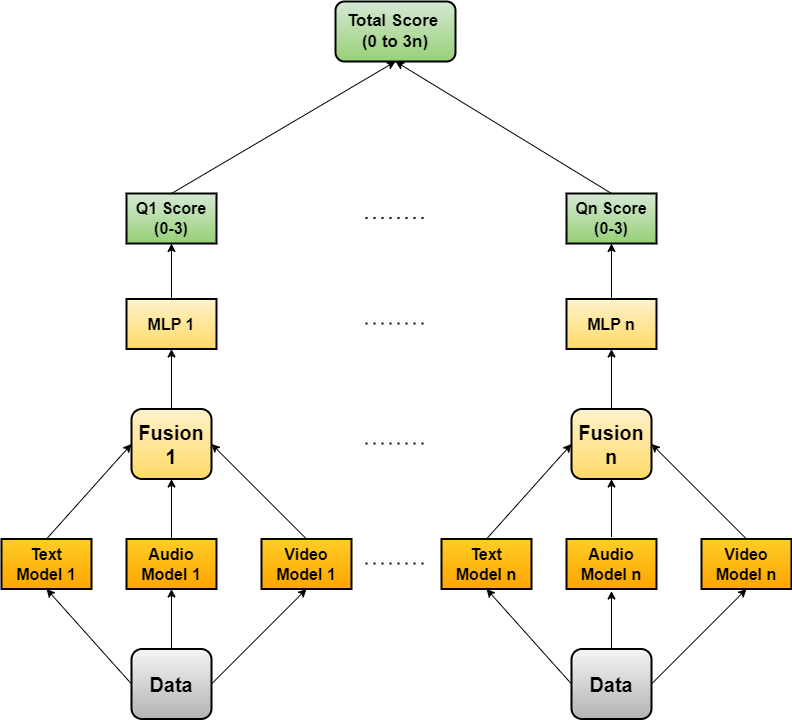
The draw.io diagram img/Quest-wise-modelling.png in UKPLab/clpsych2025-questmf, before a commit. Source tidied: cells renumbered, new cells last; positions are measured from the earlier drawing's top-left corner, leaving out a move shared by most shapes.
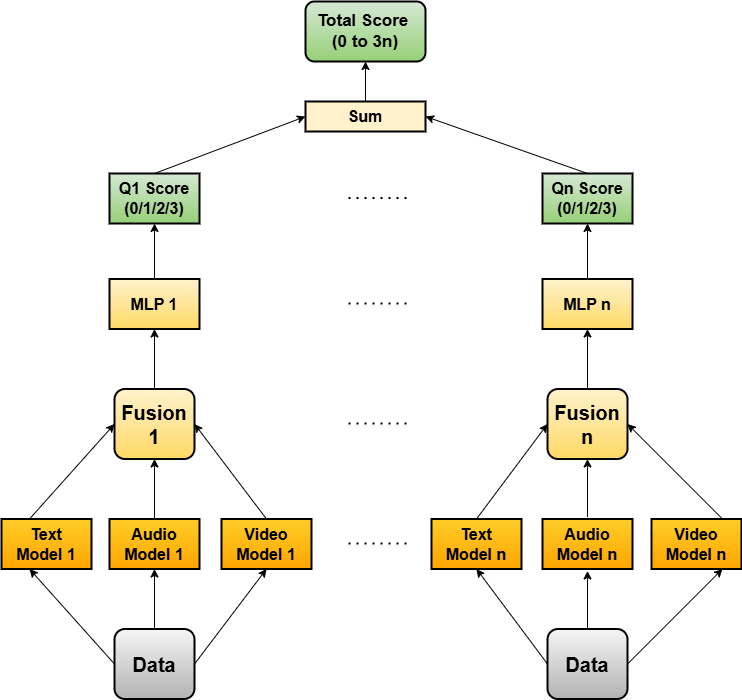
The same diagram one commit later.

Diff of the diagram source:
```diff
@@ -6,40 +6,44 @@
       <mxGeometry relative="1" as="geometry" />
     </mxCell>
     <mxCell id="3" value="&lt;font style=&quot;font-size: 20px;&quot;&gt;&lt;b&gt;Data&lt;/b&gt;&lt;/font&gt;" style="rounded=1;whiteSpace=wrap;html=1;fillColor=#f5f5f5;gradientColor=#b3b3b3;strokeColor=default;strokeWidth=2;" parent="1" vertex="1">
-      <mxGeometry x="130" y="647.5" width="80" height="70" as="geometry" />
+      <mxGeometry x="143" y="647.5" width="80" height="70" as="geometry" />
     </mxCell>
     <mxCell id="4" value="&lt;font style=&quot;font-size: 16px;&quot;&gt;&lt;b&gt;Text&lt;/b&gt;&lt;/font&gt;&lt;div style=&quot;font-size: 16px;&quot;&gt;&lt;font style=&quot;font-size: 16px;&quot;&gt;&lt;b&gt;Model 1&lt;/b&gt;&lt;/font&gt;&lt;/div&gt;" style="rounded=0;whiteSpace=wrap;html=1;fillColor=#ffcd28;gradientColor=#ffa500;strokeColor=default;strokeWidth=2;" parent="1" vertex="1">
-      <mxGeometry y="537.5" width="90" height="50" as="geometry" />
+      <mxGeometry x="30" y="537.5" width="90" height="50" as="geometry" />
     </mxCell>
     <mxCell id="5" value="&lt;span style=&quot;font-size: 16px;&quot;&gt;&lt;b&gt;Audio&lt;/b&gt;&lt;/span&gt;&lt;br&gt;&lt;div style=&quot;font-size: 16px;&quot;&gt;&lt;font style=&quot;font-size: 16px;&quot;&gt;&lt;b&gt;Model 1&lt;/b&gt;&lt;/font&gt;&lt;/div&gt;" style="rounded=0;whiteSpace=wrap;html=1;fillColor=#ffcd28;gradientColor=#ffa500;strokeColor=default;strokeWidth=2;" parent="1" vertex="1">
-      <mxGeometry x="125" y="537.5" width="90" height="50" as="geometry" />
+      <mxGeometry x="138" y="537.5" width="90" height="50" as="geometry" />
     </mxCell>
     <mxCell id="6" value="&lt;span style=&quot;font-size: 16px;&quot;&gt;&lt;b&gt;Video&lt;/b&gt;&lt;/span&gt;&lt;br&gt;&lt;div style=&quot;font-size: 16px;&quot;&gt;&lt;font style=&quot;font-size: 16px;&quot;&gt;&lt;b&gt;Model 1&lt;/b&gt;&lt;/font&gt;&lt;/div&gt;" style="rounded=0;whiteSpace=wrap;html=1;fillColor=#ffcd28;gradientColor=#ffa500;strokeColor=default;strokeWidth=2;" parent="1" vertex="1">
-      <mxGeometry x="260" y="537.5" width="90" height="50" as="geometry" />
+      <mxGeometry x="250" y="537.5" width="90" height="50" as="geometry" />
     </mxCell>
     <mxCell id="7" style="edgeStyle=orthogonalEdgeStyle;rounded=0;jettySize=auto;html=1;" parent="1" edge="1" source="8" target="10">
       <mxGeometry relative="1" as="geometry" />
     </mxCell>
     <mxCell id="8" value="&lt;font style=&quot;font-size: 20px;&quot;&gt;&lt;b&gt;Fusion 1&lt;/b&gt;&lt;/font&gt;" style="rounded=1;whiteSpace=wrap;html=1;fillColor=#fff2cc;gradientColor=#ffd966;strokeColor=default;strokeWidth=2;" parent="1" vertex="1">
-      <mxGeometry x="130" y="407.5" width="80" height="70" as="geometry" />
+      <mxGeometry x="143" y="407.5" width="80" height="70" as="geometry" />
     </mxCell>
     <mxCell id="9" style="edgeStyle=orthogonalEdgeStyle;rounded=0;jettySize=auto;html=1;" parent="1" edge="1" source="10" target="11">
       <mxGeometry relative="1" as="geometry" />
     </mxCell>
     <mxCell id="10" value="&lt;span style=&quot;font-size: 16px;&quot;&gt;&lt;b&gt;MLP 1&lt;/b&gt;&lt;/span&gt;" style="rounded=0;whiteSpace=wrap;html=1;fillColor=#fff2cc;gradientColor=#ffd966;strokeColor=default;strokeWidth=2;" parent="1" vertex="1">
-      <mxGeometry x="125" y="297.5" width="90" height="50" as="geometry" />
+      <mxGeometry x="138" y="297.5" width="90" height="50" as="geometry" />
     </mxCell>
-    <mxCell id="11" value="&lt;span style=&quot;font-size: 16px;&quot;&gt;&lt;b&gt;Q1 Score&lt;/b&gt;&lt;/span&gt;&lt;div&gt;&lt;span style=&quot;font-size: 16px;&quot;&gt;&lt;b&gt;(0-3)&lt;/b&gt;&lt;/span&gt;&lt;/div&gt;" style="rounded=0;whiteSpace=wrap;html=1;fillColor=#d5e8d4;gradientColor=#97d077;strokeColor=default;strokeWidth=2;" parent="1" vertex="1">
-      <mxGeometry x="125" y="192" width="90" height="50" as="geometry" />
+    <mxCell id="11" value="&lt;span style=&quot;font-size: 16px;&quot;&gt;&lt;b&gt;Q1 Score&lt;/b&gt;&lt;/span&gt;&lt;div&gt;&lt;span style=&quot;font-size: 16px;&quot;&gt;&lt;b&gt;(0/1/2/3)&lt;/b&gt;&lt;/span&gt;&lt;/div&gt;" style="rounded=0;whiteSpace=wrap;html=1;fillColor=#d5e8d4;gradientColor=#97d077;strokeColor=default;strokeWidth=2;" parent="1" vertex="1">
+      <mxGeometry x="138" y="192" width="90" height="50" as="geometry" />
     </mxCell>
-    <mxCell id="12" style="endArrow=classic;html=1;rounded=0;exitX=0;exitY=0.5;exitDx=0;exitDy=0;entryX=0.5;entryY=1;entryDx=0;entryDy=0;" parent="1" edge="1" source="3" target="4">
-      <mxGeometry relative="1" as="geometry" />
+    <mxCell id="12" style="endArrow=classic;html=1;rounded=0;exitX=0;exitY=0.5;exitDx=0;exitDy=0;entryX=0.5;entryY=1;entryDx=0;entryDy=0;" parent="1" edge="1" source="3">
+      <mxGeometry relative="1" as="geometry">
+        <mxPoint x="58" y="587.5" as="targetPoint" />
+      </mxGeometry>
     </mxCell>
     <mxCell id="13" style="endArrow=classic;html=1;rounded=0;exitX=1;exitY=0.5;exitDx=0;exitDy=0;entryX=0.5;entryY=1;entryDx=0;entryDy=0;" parent="1" edge="1" source="3" target="6">
       <mxGeometry relative="1" as="geometry" />
     </mxCell>
-    <mxCell id="14" style="endArrow=classic;html=1;rounded=0;exitX=0.5;exitY=0;exitDx=0;exitDy=0;entryX=0;entryY=0.5;entryDx=0;entryDy=0;" parent="1" edge="1" source="4" target="8">
-      <mxGeometry relative="1" as="geometry" />
+    <mxCell id="14" style="endArrow=classic;html=1;rounded=0;exitX=0.5;exitY=0;exitDx=0;exitDy=0;entryX=0;entryY=0.5;entryDx=0;entryDy=0;" parent="1" edge="1" target="8">
+      <mxGeometry relative="1" as="geometry">
+        <mxPoint x="58" y="537.5" as="sourcePoint" />
+      </mxGeometry>
     </mxCell>
     <mxCell id="15" style="endArrow=classic;html=1;rounded=0;exitX=0.5;exitY=0;exitDx=0;exitDy=0;entryX=0.5;entryY=1;entryDx=0;entryDy=0;" parent="1" edge="1" source="5" target="8">
       <mxGeometry relative="1" as="geometry" />
@@ -51,37 +55,39 @@
       <mxGeometry relative="1" as="geometry" />
     </mxCell>
     <mxCell id="18" value="&lt;font style=&quot;font-size: 20px;&quot;&gt;&lt;b&gt;Data&lt;/b&gt;&lt;/font&gt;" style="rounded=1;whiteSpace=wrap;html=1;fillColor=#f5f5f5;gradientColor=#b3b3b3;strokeColor=default;strokeWidth=2;" parent="1" vertex="1">
-      <mxGeometry x="570" y="647.5" width="80" height="70" as="geometry" />
+      <mxGeometry x="576" y="647.5" width="80" height="70" as="geometry" />
     </mxCell>
     <mxCell id="19" value="&lt;font style=&quot;font-size: 16px;&quot;&gt;&lt;b&gt;Text&lt;/b&gt;&lt;/font&gt;&lt;div style=&quot;font-size: 16px;&quot;&gt;&lt;font style=&quot;font-size: 16px;&quot;&gt;&lt;b&gt;Model n&lt;/b&gt;&lt;/font&gt;&lt;/div&gt;" style="rounded=0;whiteSpace=wrap;html=1;fillColor=#ffcd28;gradientColor=#ffa500;strokeColor=default;strokeWidth=2;" parent="1" vertex="1">
-      <mxGeometry x="440" y="537.5" width="90" height="50" as="geometry" />
+      <mxGeometry x="460" y="537.5" width="90" height="50" as="geometry" />
     </mxCell>
     <mxCell id="20" value="&lt;span style=&quot;font-size: 16px;&quot;&gt;&lt;b&gt;Audio&lt;/b&gt;&lt;/span&gt;&lt;br&gt;&lt;div style=&quot;font-size: 16px;&quot;&gt;&lt;font style=&quot;font-size: 16px;&quot;&gt;&lt;b&gt;Model n&lt;/b&gt;&lt;/font&gt;&lt;/div&gt;" style="rounded=0;whiteSpace=wrap;html=1;fillColor=#ffcd28;gradientColor=#ffa500;strokeColor=default;perimeterSpacing=2;strokeWidth=2;" parent="1" vertex="1">
-      <mxGeometry x="565" y="537.5" width="90" height="50" as="geometry" />
+      <mxGeometry x="571" y="537.5" width="90" height="50" as="geometry" />
     </mxCell>
     <mxCell id="21" value="&lt;span style=&quot;font-size: 16px;&quot;&gt;&lt;b&gt;Video&lt;/b&gt;&lt;/span&gt;&lt;br&gt;&lt;div style=&quot;font-size: 16px;&quot;&gt;&lt;font style=&quot;font-size: 16px;&quot;&gt;&lt;b&gt;Model n&lt;/b&gt;&lt;/font&gt;&lt;/div&gt;" style="rounded=0;whiteSpace=wrap;html=1;fillColor=#ffcd28;gradientColor=#ffa500;strokeColor=default;strokeWidth=2;" parent="1" vertex="1">
-      <mxGeometry x="700" y="537.5" width="90" height="50" as="geometry" />
+      <mxGeometry x="680" y="537.5" width="90" height="50" as="geometry" />
     </mxCell>
     <mxCell id="22" style="edgeStyle=orthogonalEdgeStyle;rounded=0;jettySize=auto;html=1;" parent="1" edge="1" source="23" target="25">
       <mxGeometry relative="1" as="geometry" />
     </mxCell>
     <mxCell id="23" value="&lt;font style=&quot;font-size: 20px;&quot;&gt;&lt;b&gt;Fusion n&lt;/b&gt;&lt;/font&gt;" style="rounded=1;whiteSpace=wrap;html=1;fillColor=#fff2cc;gradientColor=#ffd966;strokeColor=default;strokeWidth=2;" parent="1" vertex="1">
-      <mxGeometry x="570" y="407.5" width="80" height="70" as="geometry" />
+      <mxGeometry x="576" y="407.5" width="80" height="70" as="geometry" />
     </mxCell>
     <mxCell id="24" style="edgeStyle=orthogonalEdgeStyle;rounded=0;jettySize=auto;html=1;" parent="1" edge="1" source="25" target="26">
       <mxGeometry relative="1" as="geometry" />
     </mxCell>
     <mxCell id="25" value="&lt;span style=&quot;font-size: 16px;&quot;&gt;&lt;b&gt;MLP n&lt;/b&gt;&lt;/span&gt;" style="rounded=0;whiteSpace=wrap;html=1;fillColor=#fff2cc;gradientColor=#ffd966;strokeColor=default;strokeWidth=2;" parent="1" vertex="1">
-      <mxGeometry x="565" y="297.5" width="90" height="50" as="geometry" />
+      <mxGeometry x="571" y="297.5" width="90" height="50" as="geometry" />
     </mxCell>
-    <mxCell id="26" value="&lt;span style=&quot;font-size: 16px;&quot;&gt;&lt;b&gt;Qn Score&lt;/b&gt;&lt;/span&gt;&lt;div&gt;&lt;span style=&quot;font-size: 16px;&quot;&gt;&lt;b&gt;(0-3)&lt;/b&gt;&lt;/span&gt;&lt;/div&gt;" style="rounded=0;whiteSpace=wrap;html=1;fillColor=#d5e8d4;gradientColor=#97d077;strokeColor=default;strokeWidth=2;" parent="1" vertex="1">
-      <mxGeometry x="565" y="192" width="90" height="50" as="geometry" />
+    <mxCell id="26" value="&lt;span style=&quot;font-size: 16px;&quot;&gt;&lt;b&gt;Qn Score&lt;/b&gt;&lt;/span&gt;&lt;div&gt;&lt;span style=&quot;font-size: 16px;&quot;&gt;&lt;b&gt;(0/1/2/3)&lt;/b&gt;&lt;/span&gt;&lt;/div&gt;" style="rounded=0;whiteSpace=wrap;html=1;fillColor=#d5e8d4;gradientColor=#97d077;strokeColor=default;strokeWidth=2;" parent="1" vertex="1">
+      <mxGeometry x="571" y="192" width="90" height="50" as="geometry" />
     </mxCell>
     <mxCell id="27" style="endArrow=classic;html=1;rounded=0;exitX=0;exitY=0.5;exitDx=0;exitDy=0;entryX=0.5;entryY=1;entryDx=0;entryDy=0;" parent="1" edge="1" source="18" target="19">
       <mxGeometry relative="1" as="geometry" />
     </mxCell>
-    <mxCell id="28" style="endArrow=classic;html=1;rounded=0;exitX=1;exitY=0.5;exitDx=0;exitDy=0;entryX=0.5;entryY=1;entryDx=0;entryDy=0;" parent="1" edge="1" source="18" target="21">
-      <mxGeometry relative="1" as="geometry" />
+    <mxCell id="28" style="endArrow=classic;html=1;rounded=0;exitX=1;exitY=0.5;exitDx=0;exitDy=0;entryX=0.5;entryY=1;entryDx=0;entryDy=0;" parent="1" edge="1" source="18">
+      <mxGeometry relative="1" as="geometry">
+        <mxPoint x="751" y="587.5" as="targetPoint" />
+      </mxGeometry>
     </mxCell>
     <mxCell id="29" style="endArrow=classic;html=1;rounded=0;exitX=0.5;exitY=0;exitDx=0;exitDy=0;entryX=0;entryY=0.5;entryDx=0;entryDy=0;" parent="1" edge="1" source="19" target="23">
       <mxGeometry relative="1" as="geometry" />
@@ -89,41 +95,49 @@
     <mxCell id="30" style="endArrow=classic;html=1;rounded=0;exitX=0.5;exitY=0;exitDx=0;exitDy=0;entryX=0.5;entryY=1;entryDx=0;entryDy=0;" parent="1" edge="1" source="20" target="23">
       <mxGeometry relative="1" as="geometry" />
     </mxCell>
-    <mxCell id="31" style="endArrow=classic;html=1;rounded=0;exitX=0.5;exitY=0;exitDx=0;exitDy=0;entryX=1;entryY=0.5;entryDx=0;entryDy=0;" parent="1" edge="1" source="21" target="23">
-      <mxGeometry relative="1" as="geometry" />
+    <mxCell id="31" style="endArrow=classic;html=1;rounded=0;exitX=0.5;exitY=0;exitDx=0;exitDy=0;entryX=1;entryY=0.5;entryDx=0;entryDy=0;" parent="1" edge="1" target="23">
+      <mxGeometry relative="1" as="geometry">
+        <mxPoint x="751" y="537.5" as="sourcePoint" />
+      </mxGeometry>
     </mxCell>
     <mxCell id="32" style="endArrow=none;dashed=1;html=1;dashPattern=1 3;strokeWidth=2;rounded=0;" parent="1" edge="1">
       <mxGeometry relative="1" as="geometry">
-        <mxPoint x="364" y="562" as="sourcePoint" />
-        <mxPoint x="424" y="562" as="targetPoint" />
+        <mxPoint x="377" y="562" as="sourcePoint" />
+        <mxPoint x="437" y="562" as="targetPoint" />
       </mxGeometry>
     </mxCell>
     <mxCell id="33" style="endArrow=none;dashed=1;html=1;dashPattern=1 3;strokeWidth=2;rounded=0;" parent="1" edge="1">
       <mxGeometry relative="1" as="geometry">
-        <mxPoint x="364" y="442" as="sourcePoint" />
-        <mxPoint x="424" y="442" as="targetPoint" />
+        <mxPoint x="377" y="442" as="sourcePoint" />
+        <mxPoint x="437" y="442" as="targetPoint" />
       </mxGeometry>
     </mxCell>
     <mxCell id="34" style="endArrow=none;dashed=1;html=1;dashPattern=1 3;strokeWidth=2;rounded=0;" parent="1" edge="1">
       <mxGeometry relative="1" as="geometry">
-        <mxPoint x="364" y="322" as="sourcePoint" />
-        <mxPoint x="424" y="322" as="targetPoint" />
+        <mxPoint x="377" y="322" as="sourcePoint" />
+        <mxPoint x="437" y="322" as="targetPoint" />
       </mxGeometry>
     </mxCell>
     <mxCell id="35" style="endArrow=none;dashed=1;html=1;dashPattern=1 3;strokeWidth=2;rounded=0;" parent="1" edge="1">
       <mxGeometry relative="1" as="geometry">
-        <mxPoint x="364" y="216.5" as="sourcePoint" />
-        <mxPoint x="424" y="216.5" as="targetPoint" />
+        <mxPoint x="377" y="216.5" as="sourcePoint" />
+        <mxPoint x="437" y="216.5" as="targetPoint" />
       </mxGeometry>
     </mxCell>
     <mxCell id="36" value="&lt;b style=&quot;font-size: 17px;&quot;&gt;&lt;font style=&quot;font-size: 17px;&quot;&gt;Total Score&amp;nbsp;&lt;/font&gt;&lt;/b&gt;&lt;div style=&quot;font-size: 17px;&quot;&gt;&lt;b style=&quot;&quot;&gt;&lt;font style=&quot;font-size: 17px;&quot;&gt;(0 to 3n)&lt;/font&gt;&lt;/b&gt;&lt;/div&gt;" style="rounded=1;whiteSpace=wrap;html=1;fillColor=#d5e8d4;gradientColor=#97d077;strokeColor=default;strokeWidth=2;" parent="1" vertex="1">
-      <mxGeometry x="334" width="120" height="60" as="geometry" />
+      <mxGeometry x="334" y="20" width="120" height="60" as="geometry" />
     </mxCell>
-    <mxCell id="37" style="endArrow=classic;html=1;rounded=0;exitX=0.5;exitY=0;exitDx=0;exitDy=0;entryX=0.5;entryY=1;entryDx=0;entryDy=0;" parent="1" edge="1" source="11" target="36">
-      <mxGeometry relative="1" as="geometry" />
-    </mxCell>
-    <mxCell id="38" style="endArrow=classic;html=1;rounded=0;exitX=0.5;exitY=0;exitDx=0;exitDy=0;entryX=0.5;entryY=1;entryDx=0;entryDy=0;" parent="1" edge="1" source="26" target="36">
-      <mxGeometry relative="1" as="geometry" />
-    </mxCell>
+    <mxCell id="39" style="edgeStyle=orthogonalEdgeStyle;rounded=0;jettySize=auto;html=1;" parent="1" edge="1" source="40" target="36">
+      <mxGeometry relative="1" as="geometry" />
+    </mxCell>
+    <mxCell id="40" value="&lt;font style=&quot;font-size: 16px;&quot;&gt;&lt;b&gt;Sum&lt;/b&gt;&lt;/font&gt;" style="rounded=0;whiteSpace=wrap;html=1;fillColor=#fff2cc;strokeColor=default;strokeWidth=2;" parent="1" vertex="1">
+      <mxGeometry x="334" y="120" width="120" height="30" as="geometry" />
+    </mxCell>
+    <mxCell id="41" style="endArrow=classic;html=1;rounded=0;exitX=0.5;exitY=0;exitDx=0;exitDy=0;entryX=0;entryY=0.5;entryDx=0;entryDy=0;" parent="1" edge="1" source="11" target="40">
+      <mxGeometry relative="1" as="geometry" />
+    </mxCell>
+    <mxCell id="42" style="endArrow=classic;html=1;rounded=0;exitX=0.5;exitY=0;exitDx=0;exitDy=0;entryX=1;entryY=0.5;entryDx=0;entryDy=0;" parent="1" edge="1" source="26" target="40">
+      <mxGeometry relative="1" as="geometry" />
+    </mxCell>
   </root>
 </mxGraphModel>
```
